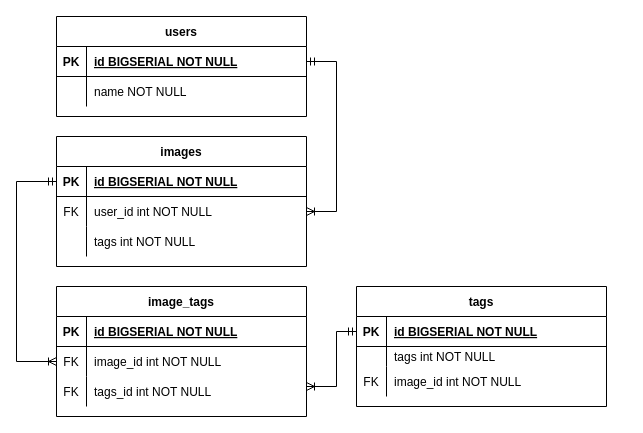
azmiadhani/diagramsnet keeps this draw.io diagram as example-image-post.drawio. Above is the earlier version. Source tidied: cells renumbered, new cells numbered last; positions are measured from the earlier drawing's top-left corner, leaving out a move shared by most shapes. Both pictures are drawn from the tidied source at 100%, with x=0, y=0 at pixel (16, 16).
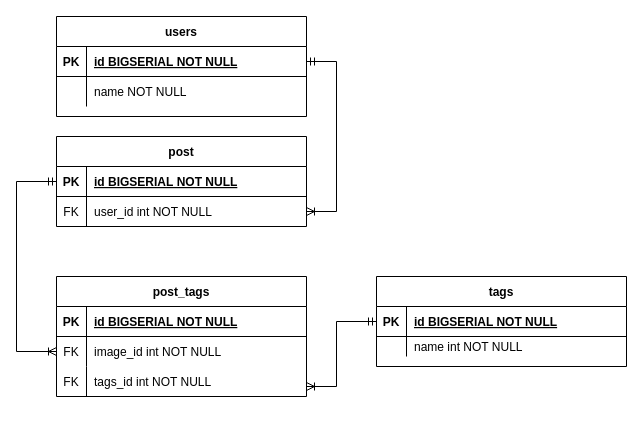
Above is the later version.

Unchanged cells that the change refers to:
```xml
<mxCell id="35" style="shape=partialRectangle;fillColor=none;top=0;left=0;right=0;bottom=0;" parent="31" vertex="1">
  <mxGeometry y="60" width="250" height="20" as="geometry" />
</mxCell>
```

The edit, as a diff of the source:
```diff
@@
-    <mxCell id="2" value="images" style="shape=table;startSize=30;childLayout=tableLayout;rowLines=0;fontStyle=1;align=center;" parent="1" vertex="1">
-      <mxGeometry x="40" y="120" width="250" height="130" as="geometry" />
+    <mxCell id="2" value="post" style="shape=table;startSize=30;childLayout=tableLayout;rowLines=0;fontStyle=1;align=center;" parent="1" vertex="1">
+      <mxGeometry x="40" y="120" width="250" height="90" as="geometry" />
     </mxCell>
@@
-    <mxCell id="9" style="shape=partialRectangle;fillColor=none;top=0;left=0;right=0;bottom=0;" parent="2" vertex="1">
-      <mxGeometry y="90" width="250" height="30" as="geometry" />
-    </mxCell>
-    <mxCell id="10" style="shape=partialRectangle;overflow=hidden;fillColor=none;top=0;left=0;bottom=0;right=0;" parent="9" vertex="1">
-      <mxGeometry width="30" height="30" as="geometry" />
-    </mxCell>
-    <mxCell id="11" value="tags int NOT NULL" style="shape=partialRectangle;overflow=hidden;fillColor=none;top=0;left=0;bottom=0;right=0;align=left;spacingLeft=6;" parent="9" vertex="1">
-      <mxGeometry x="30" width="220" height="30" as="geometry" />
-    </mxCell>
@@
-    <mxCell id="19" value="image_tags" style="shape=table;startSize=30;childLayout=tableLayout;rowLines=0;fontStyle=1;align=center;" parent="1" vertex="1">
-      <mxGeometry x="40" y="270" width="250" height="130" as="geometry" />
+    <mxCell id="19" value="post_tags" style="shape=table;startSize=30;childLayout=tableLayout;rowLines=0;fontStyle=1;align=center;" parent="1" vertex="1">
+      <mxGeometry x="40" y="260" width="250" height="120" as="geometry" />
     </mxCell>
@@
     <mxCell id="31" value="tags" style="shape=table;startSize=30;childLayout=tableLayout;rowLines=0;fontStyle=1;align=center;" parent="1" vertex="1">
-      <mxGeometry x="340" y="270" width="250" height="120" as="geometry" />
+      <mxGeometry x="360" y="260" width="250" height="90" as="geometry" />
     </mxCell>
@@
-    <mxCell id="37" value="tags int NOT NULL" style="shape=partialRectangle;overflow=hidden;fillColor=none;top=0;left=0;bottom=0;right=0;align=left;spacingLeft=6;" parent="35" vertex="1">
+    <mxCell id="37" value="name int NOT NULL" style="shape=partialRectangle;overflow=hidden;fillColor=none;top=0;left=0;bottom=0;right=0;align=left;spacingLeft=6;" parent="35" vertex="1">
       <mxGeometry x="30" width="220" height="20" as="geometry" />
     </mxCell>
-    <mxCell id="38" style="shape=partialRectangle;fillColor=none;top=0;left=0;right=0;bottom=0;" parent="31" vertex="1">
-      <mxGeometry y="80" width="250" height="30" as="geometry" />
-    </mxCell>
-    <mxCell id="39" value="FK" style="shape=partialRectangle;overflow=hidden;fillColor=none;top=0;left=0;bottom=0;right=0;" parent="38" vertex="1">
-      <mxGeometry width="30" height="30" as="geometry" />
-    </mxCell>
-    <mxCell id="40" value="image_id int NOT NULL" style="shape=partialRectangle;overflow=hidden;fillColor=none;top=0;left=0;bottom=0;right=0;align=left;spacingLeft=6;" parent="38" vertex="1">
-      <mxGeometry x="30" width="220" height="30" as="geometry" />
-    </mxCell>
```
